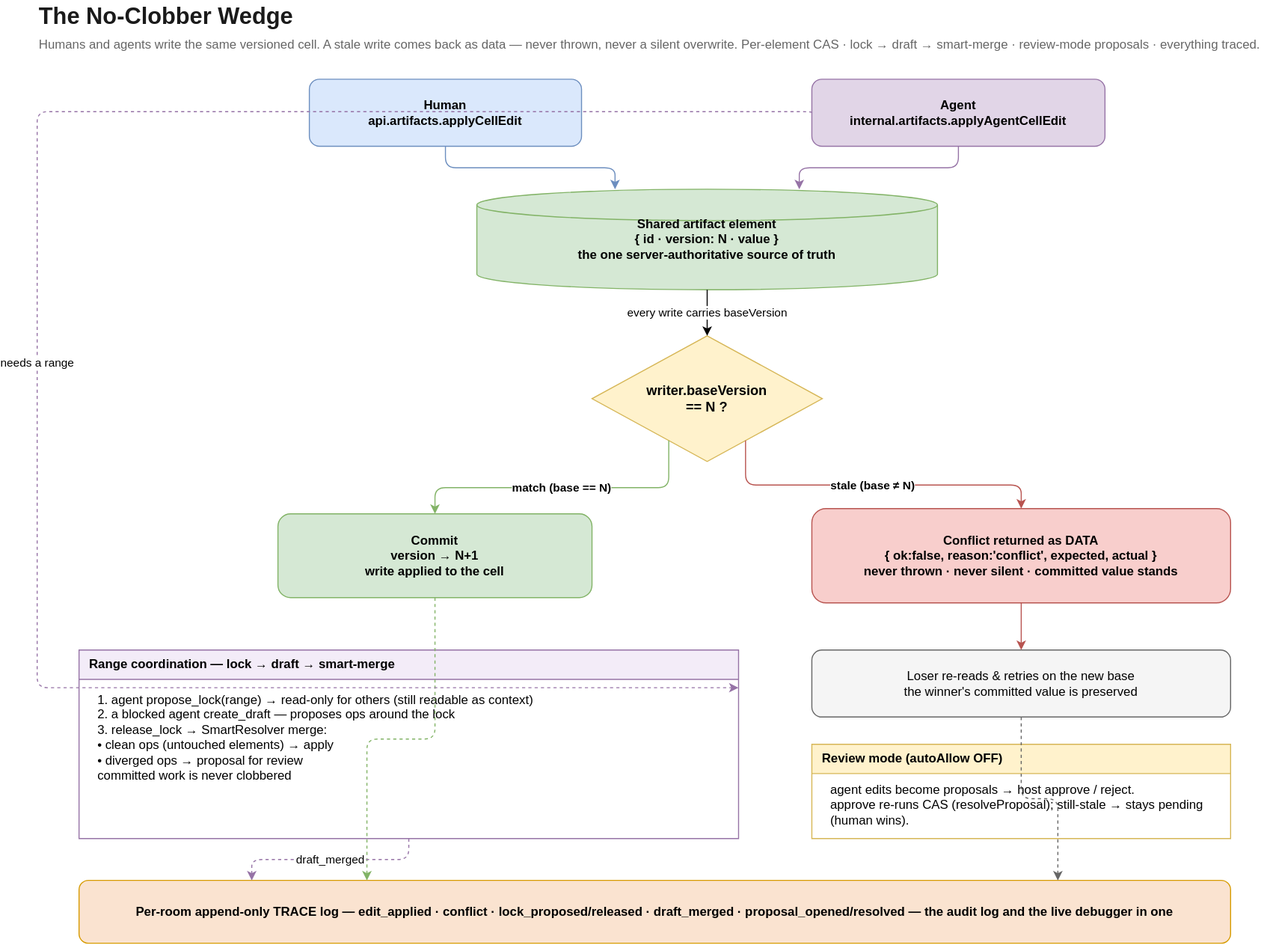
Earlier version of the draw.io export docs/diagrams/02-no-clobber-wedge.svg (HomenShum/noderoom). Source tidied: cells renumbered, new cells last; positions are measured from the earlier drawing's top-left corner, leaving out a move shared by most shapes. Source of this version:
```xml
<mxGraphModel>
  <root>
    <mxCell id="0" />
    <mxCell id="1" parent="0" />
    <mxCell id="2" value="The No-Clobber Wedge" style="text;html=1;fontSize=22;fontStyle=1;align=left;verticalAlign=middle;fontColor=#1a1a1a;" parent="1" vertex="1">
      <mxGeometry width="600" height="32" as="geometry" />
    </mxCell>
    <mxCell id="3" value="Humans and agents write the same versioned cell. A stale write comes back as data — never thrown, never a silent overwrite. Per-element CAS · lock → draft → smart-merge · review-mode proposals · everything traced." style="text;html=1;fontSize=12;align=left;verticalAlign=middle;fontColor=#666666;" parent="1" vertex="1">
      <mxGeometry y="32" width="1180" height="20" as="geometry" />
    </mxCell>
    <mxCell id="4" value="Human&#10;api.artifacts.applyCellEdit" style="rounded=1;whiteSpace=wrap;html=1;fillColor=#dae8fc;strokeColor=#6c8ebf;fontSize=12;fontStyle=1;" parent="1" vertex="1">
      <mxGeometry x="260" y="75" width="260" height="64" as="geometry" />
    </mxCell>
    <mxCell id="5" value="Agent&#10;internal.artifacts.applyAgentCellEdit" style="rounded=1;whiteSpace=wrap;html=1;fillColor=#e1d5e7;strokeColor=#9673a6;fontSize=12;fontStyle=1;" parent="1" vertex="1">
      <mxGeometry x="740" y="75" width="280" height="64" as="geometry" />
    </mxCell>
    <mxCell id="6" value="Shared artifact element&#10;{ id · version: N · value }&#10;the one server-authoritative source of truth" style="shape=cylinder3;whiteSpace=wrap;html=1;fillColor=#d5e8d4;strokeColor=#82b366;fontSize=12;fontStyle=1;" parent="1" vertex="1">
      <mxGeometry x="420" y="180" width="440" height="96" as="geometry" />
    </mxCell>
    <mxCell id="7" value="writer.baseVersion&#10;== N ?" style="rhombus;whiteSpace=wrap;html=1;fillColor=#fff2cc;strokeColor=#d6b656;fontSize=13;fontStyle=1;" parent="1" vertex="1">
      <mxGeometry x="530" y="320" width="220" height="120" as="geometry" />
    </mxCell>
    <mxCell id="8" value="Commit&#10;version → N+1&#10;write applied to the cell" style="rounded=1;whiteSpace=wrap;html=1;fillColor=#d5e8d4;strokeColor=#82b366;fontSize=12;fontStyle=1;" parent="1" vertex="1">
      <mxGeometry x="230" y="490" width="300" height="80" as="geometry" />
    </mxCell>
    <mxCell id="9" value="Conflict returned as DATA&#10;{ ok:false, reason:'conflict', expected, actual }&#10;never thrown · never silent · committed value stands" style="rounded=1;whiteSpace=wrap;html=1;fillColor=#f8cecc;strokeColor=#b85450;fontSize=12;fontStyle=1;" parent="1" vertex="1">
      <mxGeometry x="740" y="485" width="400" height="90" as="geometry" />
    </mxCell>
    <mxCell id="10" value="Loser re-reads &amp; retries on the new base&#10;the winner's committed value is preserved" style="rounded=1;whiteSpace=wrap;html=1;fillColor=#f5f5f5;strokeColor=#666666;fontSize=12;" parent="1" vertex="1">
      <mxGeometry x="740" y="620" width="400" height="64" as="geometry" />
    </mxCell>
    <mxCell id="11" value="Range coordination — lock → draft → smart-merge" style="swimlane;startSize=28;whiteSpace=wrap;html=1;fillColor=#f3ecf8;strokeColor=#9673a6;fontSize=12;fontStyle=1;verticalAlign=top;align=left;spacingLeft=8;" parent="1" vertex="1">
      <mxGeometry x="40" y="620" width="630" height="180" as="geometry" />
    </mxCell>
    <mxCell id="12" value="1.  agent propose_lock(range) → read-only for others (still readable as context)&#10;2.  a blocked agent create_draft — proposes ops around the lock&#10;3.  release_lock → SmartResolver merge:&#10;        •  clean ops (untouched elements) → apply&#10;        •  diverged ops → proposal for review&#10;        committed work is never clobbered" style="text;html=1;align=left;verticalAlign=top;whiteSpace=wrap;fontSize=12;spacingLeft=6;" parent="11" vertex="1">
      <mxGeometry x="10" y="34" width="610" height="140" as="geometry" />
    </mxCell>
    <mxCell id="13" value="Review mode  (autoAllow OFF)" style="swimlane;startSize=28;whiteSpace=wrap;html=1;fillColor=#fff2cc;strokeColor=#d6b656;fontSize=12;fontStyle=1;verticalAlign=top;align=left;spacingLeft=8;" parent="1" vertex="1">
      <mxGeometry x="740" y="710" width="400" height="90" as="geometry" />
    </mxCell>
    <mxCell id="14" value="agent edits become proposals → host approve / reject.&#10;approve re-runs CAS (resolveProposal); still-stale → stays pending (human wins)." style="text;html=1;align=left;verticalAlign=top;whiteSpace=wrap;fontSize=12;spacingLeft=6;" parent="13" vertex="1">
      <mxGeometry x="10" y="30" width="380" height="56" as="geometry" />
    </mxCell>
    <mxCell id="15" value="Per-room append-only TRACE log  —  edit_applied · conflict · lock_proposed/released · draft_merged · proposal_opened/resolved  —  the audit log and the live debugger in one" style="rounded=1;whiteSpace=wrap;html=1;fillColor=#fae3d0;strokeColor=#d79b00;fontSize=12;fontStyle=1;" parent="1" vertex="1">
      <mxGeometry x="40" y="840" width="1100" height="60" as="geometry" />
    </mxCell>
    <mxCell id="16" style="edgeStyle=orthogonalEdgeStyle;rounded=1;jettySize=auto;html=1;exitX=0.5;exitY=1;exitDx=0;exitDy=0;entryX=0.3;entryY=0;entryDx=0;entryDy=0;strokeColor=#6c8ebf;" parent="1" edge="1" source="4" target="6">
      <mxGeometry relative="1" as="geometry" />
    </mxCell>
    <mxCell id="17" style="edgeStyle=orthogonalEdgeStyle;rounded=1;jettySize=auto;html=1;exitX=0.5;exitY=1;exitDx=0;exitDy=0;entryX=0.7;entryY=0;entryDx=0;entryDy=0;strokeColor=#9673a6;" parent="1" edge="1" source="5" target="6">
      <mxGeometry relative="1" as="geometry" />
    </mxCell>
    <mxCell id="18" value="every write carries baseVersion" style="edgeStyle=orthogonalEdgeStyle;rounded=1;jettySize=auto;html=1;fontSize=11;exitX=0.5;exitY=1;exitDx=0;exitDy=0;entryX=0.5;entryY=0;entryDx=0;entryDy=0;" parent="1" edge="1" source="6" target="7">
      <mxGeometry relative="1" as="geometry" />
    </mxCell>
    <mxCell id="19" value="match  (base == N)" style="edgeStyle=orthogonalEdgeStyle;rounded=1;jettySize=auto;html=1;fontSize=11;fontStyle=1;exitX=0.25;exitY=1;exitDx=0;exitDy=0;entryX=0.5;entryY=0;entryDx=0;entryDy=0;strokeColor=#82b366;" parent="1" edge="1" source="7" target="8">
      <mxGeometry relative="1" as="geometry" />
    </mxCell>
    <mxCell id="20" value="stale  (base ≠ N)" style="edgeStyle=orthogonalEdgeStyle;rounded=1;jettySize=auto;html=1;fontSize=11;fontStyle=1;exitX=0.75;exitY=1;exitDx=0;exitDy=0;entryX=0.5;entryY=0;entryDx=0;entryDy=0;strokeColor=#b85450;" parent="1" edge="1" source="7" target="9">
      <mxGeometry relative="1" as="geometry" />
    </mxCell>
    <mxCell id="21" style="edgeStyle=orthogonalEdgeStyle;rounded=1;jettySize=auto;html=1;exitX=0.5;exitY=1;exitDx=0;exitDy=0;entryX=0.5;entryY=0;entryDx=0;entryDy=0;strokeColor=#b85450;" parent="1" edge="1" source="9" target="10">
      <mxGeometry relative="1" as="geometry" />
    </mxCell>
    <mxCell id="22" style="edgeStyle=orthogonalEdgeStyle;rounded=1;jettySize=auto;html=1;dashed=1;exitX=0.5;exitY=1;exitDx=0;exitDy=0;entryX=0.25;entryY=0;entryDx=0;entryDy=0;strokeColor=#82b366;" parent="1" edge="1" source="8" target="15">
      <mxGeometry relative="1" as="geometry" />
    </mxCell>
    <mxCell id="23" style="edgeStyle=orthogonalEdgeStyle;rounded=1;jettySize=auto;html=1;dashed=1;exitX=0.5;exitY=1;exitDx=0;exitDy=0;entryX=0.85;entryY=0;entryDx=0;entryDy=0;strokeColor=#666666;" parent="1" edge="1" source="10" target="15">
      <mxGeometry relative="1" as="geometry" />
    </mxCell>
    <mxCell id="24" value="draft_merged" style="edgeStyle=orthogonalEdgeStyle;rounded=1;jettySize=auto;html=1;fontSize=11;dashed=1;exitX=0.5;exitY=1;exitDx=0;exitDy=0;entryX=0.15;entryY=0;entryDx=0;entryDy=0;strokeColor=#9673a6;" parent="1" edge="1" source="11" target="15">
      <mxGeometry relative="1" as="geometry" />
    </mxCell>
    <mxCell id="25" value="needs a range" style="edgeStyle=orthogonalEdgeStyle;rounded=1;jettySize=auto;html=1;fontSize=11;dashed=1;exitX=0;exitY=0.5;exitDx=0;exitDy=0;entryX=1;entryY=0.2;entryDx=0;entryDy=0;strokeColor=#9673a6;" parent="1" edge="1" source="5" target="11">
      <mxGeometry relative="1" as="geometry">
        <Array as="points">
          <mxPoint y="106" />
        </Array>
      </mxGeometry>
    </mxCell>
  </root>
</mxGraphModel>
```
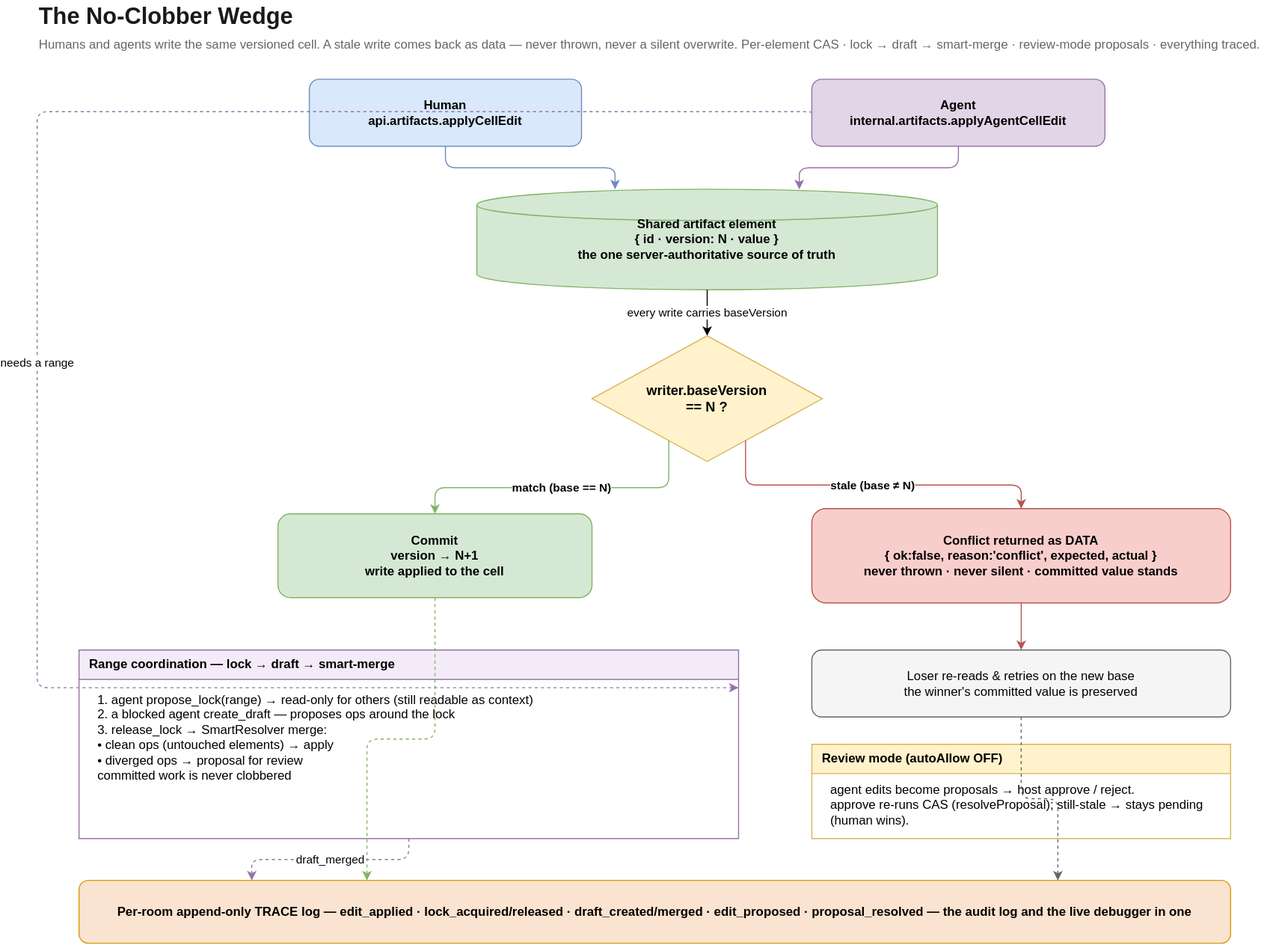
After the commit.

Diff of the diagram source:
```diff
@@ -41,7 +41,7 @@
     <mxCell id="14" value="agent edits become proposals → host approve / reject.&#10;approve re-runs CAS (resolveProposal); still-stale → stays pending (human wins)." style="text;html=1;align=left;verticalAlign=top;whiteSpace=wrap;fontSize=12;spacingLeft=6;" parent="13" vertex="1">
       <mxGeometry x="10" y="30" width="380" height="56" as="geometry" />
     </mxCell>
-    <mxCell id="15" value="Per-room append-only TRACE log  —  edit_applied · conflict · lock_proposed/released · draft_merged · proposal_opened/resolved  —  the audit log and the live debugger in one" style="rounded=1;whiteSpace=wrap;html=1;fillColor=#fae3d0;strokeColor=#d79b00;fontSize=12;fontStyle=1;" parent="1" vertex="1">
+    <mxCell id="15" value="Per-room append-only TRACE log  —  edit_applied · lock_acquired/released · draft_created/merged · edit_proposed · proposal_resolved  —  the audit log and the live debugger in one" style="rounded=1;whiteSpace=wrap;html=1;fillColor=#fae3d0;strokeColor=#d79b00;fontSize=12;fontStyle=1;" parent="1" vertex="1">
       <mxGeometry x="40" y="840" width="1100" height="60" as="geometry" />
     </mxCell>
     <mxCell id="16" style="edgeStyle=orthogonalEdgeStyle;rounded=1;jettySize=auto;html=1;exitX=0.5;exitY=1;exitDx=0;exitDy=0;entryX=0.3;entryY=0;entryDx=0;entryDy=0;strokeColor=#6c8ebf;" parent="1" edge="1" source="4" target="6">
```
